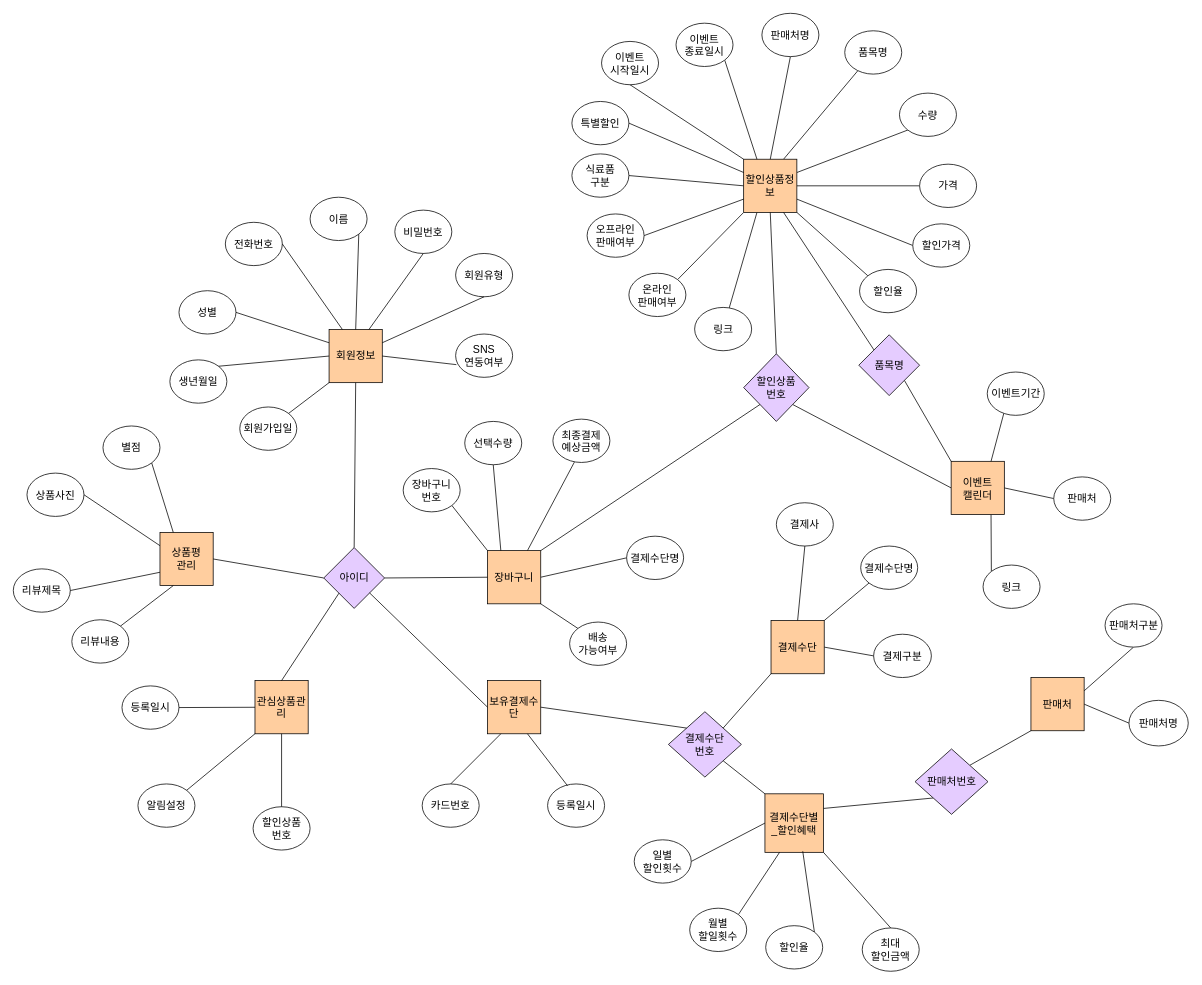
Before: E-R.drawio in BB-3022/Front_Study, a draw.io diagram. Source tidied: cells renumbered, new cells numbered last; positions are measured from the earlier drawing's top-left corner, leaving out a move shared by most shapes. Both pictures are drawn from the tidied source at 76%, with x=0, y=0 at pixel (13, 13).
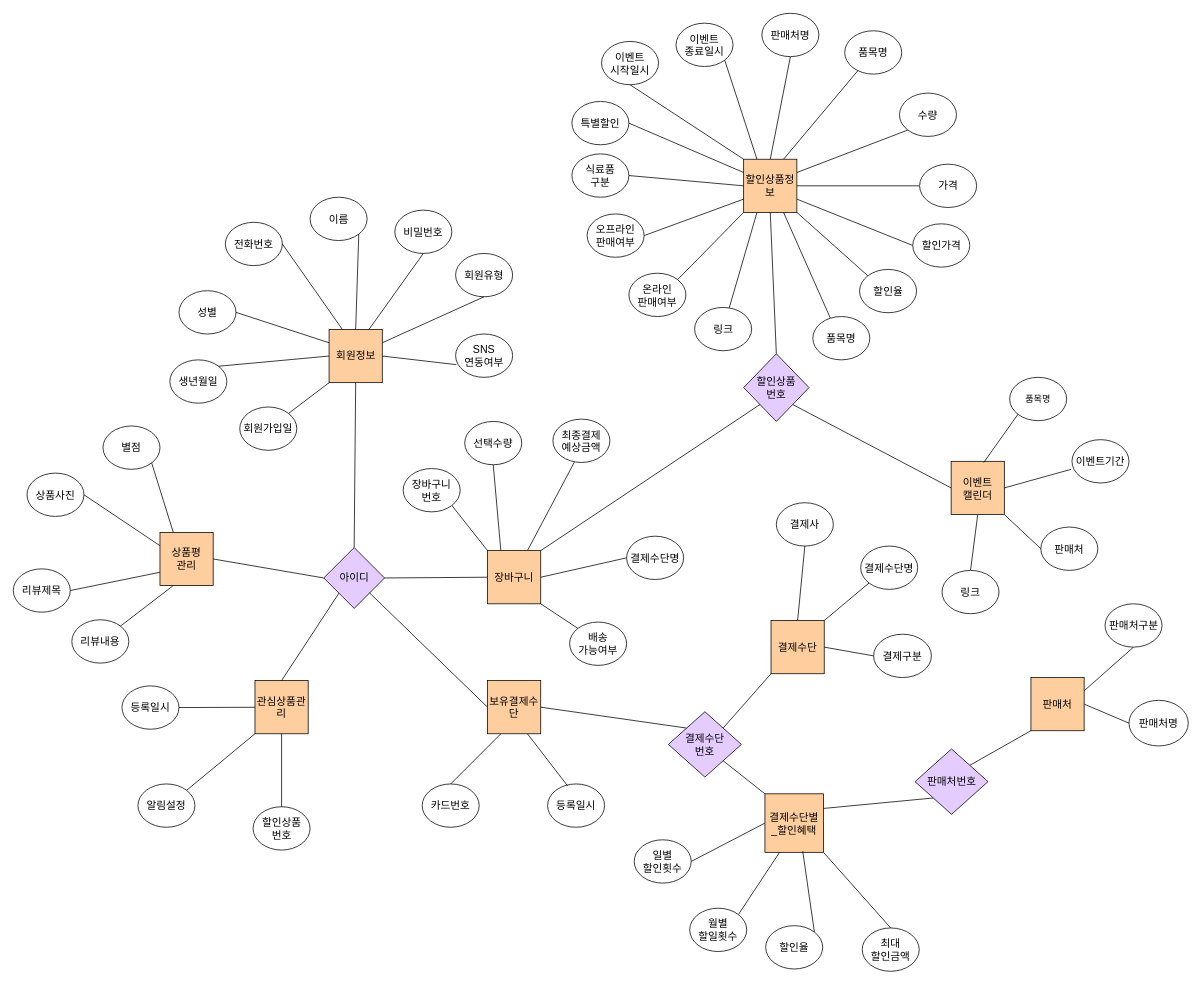
The same diagram, later.

The change refers to these unchanged cells:
```xml
<mxCell id="26" value="&lt;span style=&quot;font-size: 14px;&quot;&gt;할인상품정보&lt;/span&gt;" style="whiteSpace=wrap;html=1;fillColor=#FFCE9F;" parent="1" vertex="1">
  <mxGeometry x="961" y="192" width="70" height="70" as="geometry" />
</mxCell>
<mxCell id="81" value="&lt;span style=&quot;font-size: 14px;&quot;&gt;이벤트&lt;br&gt;캘린더&lt;/span&gt;" style="whiteSpace=wrap;html=1;fillColor=#FFCE9F;" parent="1" vertex="1">
  <mxGeometry x="1234" y="589.5" width="70" height="70" as="geometry" />
</mxCell>
```

Change to the diagram source:
```diff
@@
-    <mxCell id="76" style="edgeStyle=none;shape=connector;rounded=0;jettySize=auto;html=1;exitX=0;exitY=0;exitDx=0;exitDy=0;entryX=0.75;entryY=1;entryDx=0;entryDy=0;labelBackgroundColor=default;strokeColor=default;fontFamily=Helvetica;fontSize=11;fontColor=default;endArrow=none;" parent="1" edge="1" source="78" target="26">
+    <mxCell id="76" style="edgeStyle=none;shape=connector;rounded=0;jettySize=auto;html=1;entryX=0.75;entryY=1;entryDx=0;entryDy=0;labelBackgroundColor=default;strokeColor=default;fontFamily=Helvetica;fontSize=11;fontColor=default;endArrow=none;exitX=0.307;exitY=0.035;exitDx=0;exitDy=0;exitPerimeter=0;" parent="1" edge="1" source="129" target="26">
       <mxGeometry relative="1" as="geometry" />
     </mxCell>
-    <mxCell id="77" style="edgeStyle=none;shape=connector;rounded=0;jettySize=auto;html=1;exitX=1;exitY=1;exitDx=0;exitDy=0;entryX=0;entryY=0;entryDx=0;entryDy=0;labelBackgroundColor=default;strokeColor=default;fontFamily=Helvetica;fontSize=11;fontColor=default;endArrow=none;" parent="1" edge="1" source="78" target="81">
-      <mxGeometry relative="1" as="geometry" />
-    </mxCell>
-    <mxCell id="78" value="&lt;span style=&quot;font-size: 14px;&quot;&gt;품목명&lt;br&gt;&lt;/span&gt;" style="rhombus;whiteSpace=wrap;html=1;fillColor=#E5CCFF;" parent="1" vertex="1">
-      <mxGeometry x="1112.5" y="423" width="80" height="80" as="geometry" />
-    </mxCell>
-    <mxCell id="79" style="edgeStyle=none;shape=connector;rounded=0;jettySize=auto;html=1;exitX=1;exitY=0.5;exitDx=0;exitDy=0;entryX=0;entryY=0.5;entryDx=0;entryDy=0;labelBackgroundColor=default;strokeColor=default;fontFamily=Helvetica;fontSize=11;fontColor=default;endArrow=none;" parent="1" edge="1" source="81" target="111">
+    <mxCell id="79" style="edgeStyle=none;shape=connector;rounded=0;jettySize=auto;html=1;exitX=1;exitY=1;exitDx=0;exitDy=0;entryX=0;entryY=0.5;entryDx=0;entryDy=0;labelBackgroundColor=default;strokeColor=default;fontFamily=Helvetica;fontSize=11;fontColor=default;endArrow=none;" parent="1" edge="1" source="81" target="111">
       <mxGeometry relative="1" as="geometry" />
     </mxCell>
-    <mxCell id="80" style="edgeStyle=none;shape=connector;rounded=0;jettySize=auto;html=1;exitX=0.75;exitY=1;exitDx=0;exitDy=0;entryX=0;entryY=0;entryDx=0;entryDy=0;labelBackgroundColor=default;strokeColor=default;fontFamily=Helvetica;fontSize=11;fontColor=default;endArrow=none;" parent="1" edge="1" source="81" target="112">
+    <mxCell id="80" style="edgeStyle=none;shape=connector;rounded=0;jettySize=auto;html=1;exitX=0.5;exitY=1;exitDx=0;exitDy=0;entryX=0.5;entryY=0;entryDx=0;entryDy=0;labelBackgroundColor=default;strokeColor=default;fontFamily=Helvetica;fontSize=11;fontColor=default;endArrow=none;" parent="1" edge="1" source="81" target="112">
       <mxGeometry relative="1" as="geometry" />
     </mxCell>
@@
-    <mxCell id="109" style="edgeStyle=none;shape=connector;rounded=0;jettySize=auto;html=1;exitX=0.291;exitY=0.952;exitDx=0;exitDy=0;entryX=0.75;entryY=0;entryDx=0;entryDy=0;labelBackgroundColor=default;strokeColor=default;fontFamily=Helvetica;fontSize=11;fontColor=default;endArrow=none;exitPerimeter=0;" parent="1" edge="1" source="110" target="81">
+    <mxCell id="109" style="edgeStyle=none;shape=connector;rounded=0;jettySize=auto;html=1;exitX=-0.013;exitY=0.684;exitDx=0;exitDy=0;entryX=1;entryY=0.5;entryDx=0;entryDy=0;labelBackgroundColor=default;strokeColor=default;fontFamily=Helvetica;fontSize=11;fontColor=default;endArrow=none;exitPerimeter=0;" parent="1" edge="1" source="110" target="81">
       <mxGeometry relative="1" as="geometry" />
     </mxCell>
     <mxCell id="110" value="&lt;font style=&quot;font-size: 14px;&quot;&gt;이벤트기간&lt;br&gt;&lt;/font&gt;" style="ellipse;whiteSpace=wrap;html=1;" parent="1" vertex="1">
-      <mxGeometry x="1281.5" y="472" width="75" height="57" as="geometry" />
+      <mxGeometry x="1393" y="561" width="75" height="57" as="geometry" />
     </mxCell>
     <mxCell id="111" value="&lt;font style=&quot;font-size: 14px;&quot;&gt;판매처&lt;br&gt;&lt;/font&gt;" style="ellipse;whiteSpace=wrap;html=1;" parent="1" vertex="1">
-      <mxGeometry x="1369" y="610" width="75" height="57" as="geometry" />
+      <mxGeometry x="1352" y="676" width="75" height="57" as="geometry" />
     </mxCell>
     <mxCell id="112" value="&lt;font style=&quot;font-size: 14px;&quot;&gt;링크&lt;br&gt;&lt;/font&gt;" style="ellipse;whiteSpace=wrap;html=1;" parent="1" vertex="1">
-      <mxGeometry x="1276" y="726" width="75" height="57" as="geometry" />
+      <mxGeometry x="1222" y="733" width="75" height="57" as="geometry" />
     </mxCell>
@@
+    <mxCell id="127" value="품목명" style="ellipse;whiteSpace=wrap;html=1;" parent="1" vertex="1">
+      <mxGeometry x="1311" y="479" width="75" height="57" as="geometry" />
+    </mxCell>
+    <mxCell id="128" style="edgeStyle=none;shape=connector;rounded=0;jettySize=auto;html=1;exitX=0;exitY=1;exitDx=0;exitDy=0;entryX=0.614;entryY=0.021;entryDx=0;entryDy=0;labelBackgroundColor=default;strokeColor=default;fontFamily=Helvetica;fontSize=11;fontColor=default;endArrow=none;entryPerimeter=0;" parent="1" edge="1" source="127" target="81">
+      <mxGeometry relative="1" as="geometry" />
+    </mxCell>
+    <mxCell id="129" value="&lt;font style=&quot;font-size: 14px;&quot;&gt;품목명&lt;br&gt;&lt;/font&gt;" style="ellipse;whiteSpace=wrap;html=1;" parent="1" vertex="1">
+      <mxGeometry x="1052" y="399" width="75" height="57" as="geometry" />
+    </mxCell>
```
